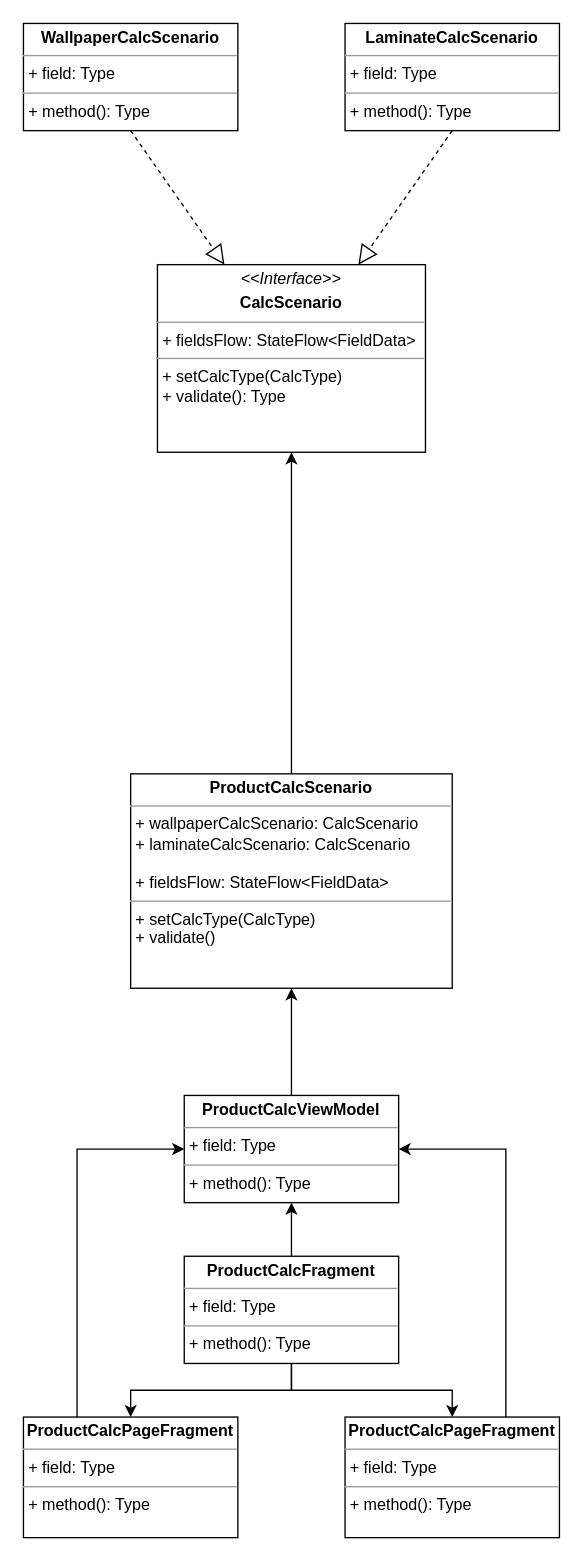
Before: Калькуляторы товара.drawio in ShiryaevNikolay/diagrams, a draw.io diagram. Source tidied: cells renumbered, new cells numbered last; positions are measured from the earlier drawing's top-left corner, leaving out a move shared by most shapes. Both pictures are drawn from the tidied source at 134%, with x=0, y=0 at pixel (23, 23).
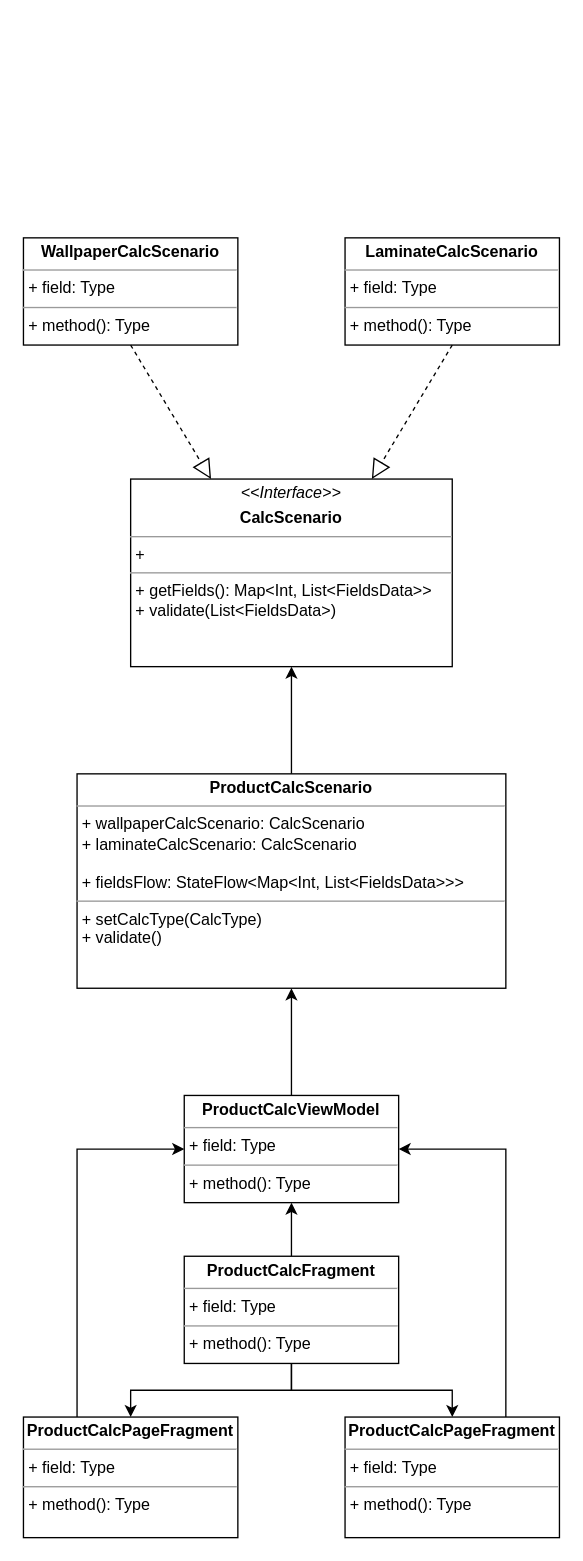
After the change.

Diff of the diagram source:
```diff
@@
 <mxGraphModel>
   <root>
     <mxCell id="0" />
     <mxCell id="1" parent="0" />
     <mxCell id="2" style="edgeStyle=orthogonalEdgeStyle;rounded=0;jettySize=auto;html=1;entryX=0.5;entryY=1;entryDx=0;entryDy=0;" parent="1" edge="1" source="3" target="5">
       <mxGeometry relative="1" as="geometry" />
     </mxCell>
     <mxCell id="3" value="&lt;p style=&quot;margin:0px;margin-top:4px;text-align:center;&quot;&gt;&lt;b&gt;ProductCalcViewModel&lt;/b&gt;&lt;/p&gt;&lt;hr size=&quot;1&quot;&gt;&lt;p style=&quot;margin:0px;margin-left:4px;&quot;&gt;+ field: Type&lt;/p&gt;&lt;hr size=&quot;1&quot;&gt;&lt;p style=&quot;margin:0px;margin-left:4px;&quot;&gt;+ method(): Type&lt;/p&gt;" style="verticalAlign=top;align=left;overflow=fill;fontSize=12;fontFamily=Helvetica;html=1;whiteSpace=wrap;" parent="1" vertex="1">
       <mxGeometry x="120" y="800" width="160" height="80" as="geometry" />
     </mxCell>
     <mxCell id="4" style="edgeStyle=orthogonalEdgeStyle;rounded=0;jettySize=auto;html=1;entryX=0.5;entryY=1;entryDx=0;entryDy=0;" parent="1" edge="1" source="5" target="6">
       <mxGeometry relative="1" as="geometry" />
     </mxCell>
-    <mxCell id="5" value="&lt;p style=&quot;margin:0px;margin-top:4px;text-align:center;&quot;&gt;&lt;b&gt;ProductCalcScenario&lt;/b&gt;&lt;/p&gt;&lt;hr size=&quot;1&quot;&gt;&lt;p style=&quot;margin:0px;margin-left:4px;&quot;&gt;+ wallpaperCalcScenario: CalcScenario&lt;/p&gt;&lt;p style=&quot;margin:0px;margin-left:4px;&quot;&gt;+ laminateCalcScenario: CalcScenario&lt;/p&gt;&lt;p style=&quot;margin:0px;margin-left:4px;&quot;&gt;&lt;br&gt;&lt;/p&gt;&lt;p style=&quot;margin:0px;margin-left:4px;&quot;&gt;+ fieldsFlow: StateFlow&amp;lt;FieldData&amp;gt;&lt;/p&gt;&lt;hr size=&quot;1&quot;&gt;&lt;p style=&quot;margin:0px;margin-left:4px;&quot;&gt;+ setCalcType(CalcType)&lt;/p&gt;&lt;p style=&quot;margin:0px;margin-left:4px;&quot;&gt;+ validate()&lt;br&gt;&lt;/p&gt;" style="verticalAlign=top;align=left;overflow=fill;fontSize=12;fontFamily=Helvetica;html=1;whiteSpace=wrap;" parent="1" vertex="1">
-      <mxGeometry x="80" y="560" width="240" height="160" as="geometry" />
+    <mxCell id="5" value="&lt;p style=&quot;margin:0px;margin-top:4px;text-align:center;&quot;&gt;&lt;b&gt;ProductCalcScenario&lt;/b&gt;&lt;/p&gt;&lt;hr size=&quot;1&quot;&gt;&lt;p style=&quot;margin:0px;margin-left:4px;&quot;&gt;+ wallpaperCalcScenario: CalcScenario&lt;/p&gt;&lt;p style=&quot;margin:0px;margin-left:4px;&quot;&gt;+ laminateCalcScenario: CalcScenario&lt;/p&gt;&lt;p style=&quot;margin:0px;margin-left:4px;&quot;&gt;&lt;br&gt;&lt;/p&gt;&lt;p style=&quot;margin:0px;margin-left:4px;&quot;&gt;+ fieldsFlow: StateFlow&amp;lt;Map&amp;lt;Int, List&amp;lt;FieldsData&amp;gt;&amp;gt;&amp;gt;&lt;/p&gt;&lt;hr size=&quot;1&quot;&gt;&lt;p style=&quot;margin:0px;margin-left:4px;&quot;&gt;+ setCalcType(CalcType)&lt;/p&gt;&lt;p style=&quot;margin:0px;margin-left:4px;&quot;&gt;+ validate()&lt;br&gt;&lt;/p&gt;" style="verticalAlign=top;align=left;overflow=fill;fontSize=12;fontFamily=Helvetica;html=1;whiteSpace=wrap;" parent="1" vertex="1">
+      <mxGeometry x="40" y="560" width="320" height="160" as="geometry" />
     </mxCell>
-    <mxCell id="6" value="&lt;p style=&quot;margin:0px;margin-top:4px;text-align:center;&quot;&gt;&lt;i&gt;&amp;lt;&amp;lt;Interface&amp;gt;&amp;gt;&lt;/i&gt;&lt;/p&gt;&lt;p style=&quot;margin:0px;margin-top:4px;text-align:center;&quot;&gt;&lt;b&gt;CalcScenario&lt;/b&gt;&lt;br&gt;&lt;/p&gt;&lt;hr size=&quot;1&quot;&gt;&lt;p style=&quot;margin:0px;margin-left:4px;&quot;&gt;+ fieldsFlow: StateFlow&amp;lt;FieldData&amp;gt;&lt;br&gt;&lt;/p&gt;&lt;hr size=&quot;1&quot;&gt;&lt;p style=&quot;margin:0px;margin-left:4px;&quot;&gt;+ setCalcType(CalcType)&lt;br&gt;+ validate(): Type&lt;/p&gt;" style="verticalAlign=top;align=left;overflow=fill;fontSize=12;fontFamily=Helvetica;html=1;whiteSpace=wrap;" parent="1" vertex="1">
-      <mxGeometry x="100" y="180" width="200" height="140" as="geometry" />
+    <mxCell id="6" value="&lt;p style=&quot;margin:0px;margin-top:4px;text-align:center;&quot;&gt;&lt;i&gt;&amp;lt;&amp;lt;Interface&amp;gt;&amp;gt;&lt;/i&gt;&lt;/p&gt;&lt;p style=&quot;margin:0px;margin-top:4px;text-align:center;&quot;&gt;&lt;b&gt;CalcScenario&lt;/b&gt;&lt;br&gt;&lt;/p&gt;&lt;hr size=&quot;1&quot;&gt;&lt;p style=&quot;margin:0px;margin-left:4px;&quot;&gt;+ &lt;br&gt;&lt;/p&gt;&lt;hr size=&quot;1&quot;&gt;&lt;p style=&quot;margin:0px;margin-left:4px;&quot;&gt;+ getFields(): Map&amp;lt;Int, List&amp;lt;FieldsData&amp;gt;&amp;gt;&lt;/p&gt;&lt;p style=&quot;margin:0px;margin-left:4px;&quot;&gt;+ validate(List&amp;lt;FieldsData&amp;gt;)&lt;br&gt;&lt;/p&gt;" style="verticalAlign=top;align=left;overflow=fill;fontSize=12;fontFamily=Helvetica;html=1;whiteSpace=wrap;" parent="1" vertex="1">
+      <mxGeometry x="80" y="340" width="240" height="140" as="geometry" />
     </mxCell>
     <mxCell id="7" style="edgeStyle=orthogonalEdgeStyle;rounded=0;jettySize=auto;html=1;entryX=0.5;entryY=0;entryDx=0;entryDy=0;" parent="1" edge="1" source="10" target="12">
       <mxGeometry relative="1" as="geometry" />
     </mxCell>
     <mxCell id="8" style="edgeStyle=orthogonalEdgeStyle;rounded=0;jettySize=auto;html=1;entryX=0.5;entryY=0;entryDx=0;entryDy=0;" parent="1" edge="1" source="10" target="14">
       <mxGeometry relative="1" as="geometry" />
     </mxCell>
     <mxCell id="9" style="edgeStyle=orthogonalEdgeStyle;rounded=0;jettySize=auto;html=1;entryX=0.5;entryY=1;entryDx=0;entryDy=0;" parent="1" edge="1" source="10" target="3">
       <mxGeometry relative="1" as="geometry" />
     </mxCell>
     <mxCell id="10" value="&lt;p style=&quot;margin:0px;margin-top:4px;text-align:center;&quot;&gt;&lt;b&gt;ProductCalcFragment&lt;/b&gt;&lt;/p&gt;&lt;hr size=&quot;1&quot;&gt;&lt;p style=&quot;margin:0px;margin-left:4px;&quot;&gt;+ field: Type&lt;/p&gt;&lt;hr size=&quot;1&quot;&gt;&lt;p style=&quot;margin:0px;margin-left:4px;&quot;&gt;+ method(): Type&lt;/p&gt;" style="verticalAlign=top;align=left;overflow=fill;fontSize=12;fontFamily=Helvetica;html=1;whiteSpace=wrap;" parent="1" vertex="1">
       <mxGeometry x="120" y="920" width="160" height="80" as="geometry" />
     </mxCell>
     <mxCell id="11" style="edgeStyle=orthogonalEdgeStyle;rounded=0;jettySize=auto;html=1;exitX=0.25;exitY=0;exitDx=0;exitDy=0;entryX=0;entryY=0.5;entryDx=0;entryDy=0;" parent="1" edge="1" source="12" target="3">
       <mxGeometry relative="1" as="geometry" />
     </mxCell>
     <mxCell id="12" value="&lt;p style=&quot;margin:0px;margin-top:4px;text-align:center;&quot;&gt;&lt;b&gt;ProductCalcPageFragment&lt;/b&gt;&lt;/p&gt;&lt;hr size=&quot;1&quot;&gt;&lt;p style=&quot;margin:0px;margin-left:4px;&quot;&gt;+ field: Type&lt;/p&gt;&lt;hr size=&quot;1&quot;&gt;&lt;p style=&quot;margin:0px;margin-left:4px;&quot;&gt;+ method(): Type&lt;/p&gt;" style="verticalAlign=top;align=left;overflow=fill;fontSize=12;fontFamily=Helvetica;html=1;whiteSpace=wrap;" parent="1" vertex="1">
       <mxGeometry y="1040" width="160" height="90" as="geometry" />
     </mxCell>
     <mxCell id="13" style="edgeStyle=orthogonalEdgeStyle;rounded=0;jettySize=auto;html=1;exitX=0.75;exitY=0;exitDx=0;exitDy=0;entryX=1;entryY=0.5;entryDx=0;entryDy=0;" parent="1" edge="1" source="14" target="3">
       <mxGeometry relative="1" as="geometry" />
     </mxCell>
     <mxCell id="14" value="&lt;p style=&quot;margin:0px;margin-top:4px;text-align:center;&quot;&gt;&lt;b&gt;ProductCalcPageFragment&lt;/b&gt;&lt;/p&gt;&lt;hr size=&quot;1&quot;&gt;&lt;p style=&quot;margin:0px;margin-left:4px;&quot;&gt;+ field: Type&lt;/p&gt;&lt;hr size=&quot;1&quot;&gt;&lt;p style=&quot;margin:0px;margin-left:4px;&quot;&gt;+ method(): Type&lt;/p&gt;" style="verticalAlign=top;align=left;overflow=fill;fontSize=12;fontFamily=Helvetica;html=1;whiteSpace=wrap;" parent="1" vertex="1">
       <mxGeometry x="240" y="1040" width="160" height="90" as="geometry" />
     </mxCell>
     <mxCell id="15" value="&lt;p style=&quot;margin:0px;margin-top:4px;text-align:center;&quot;&gt;&lt;b&gt;WallpaperCalcScenario&lt;/b&gt;&lt;/p&gt;&lt;hr size=&quot;1&quot;&gt;&lt;p style=&quot;margin:0px;margin-left:4px;&quot;&gt;+ field: Type&lt;/p&gt;&lt;hr size=&quot;1&quot;&gt;&lt;p style=&quot;margin:0px;margin-left:4px;&quot;&gt;+ method(): Type&lt;/p&gt;" style="verticalAlign=top;align=left;overflow=fill;fontSize=12;fontFamily=Helvetica;html=1;whiteSpace=wrap;" parent="1" vertex="1">
-      <mxGeometry width="160" height="80" as="geometry" />
+      <mxGeometry y="160" width="160" height="80" as="geometry" />
     </mxCell>
     <mxCell id="16" value="&lt;p style=&quot;margin:0px;margin-top:4px;text-align:center;&quot;&gt;&lt;b&gt;LaminateCalcScenario&lt;/b&gt;&lt;/p&gt;&lt;hr size=&quot;1&quot;&gt;&lt;p style=&quot;margin:0px;margin-left:4px;&quot;&gt;+ field: Type&lt;/p&gt;&lt;hr size=&quot;1&quot;&gt;&lt;p style=&quot;margin:0px;margin-left:4px;&quot;&gt;+ method(): Type&lt;/p&gt;" style="verticalAlign=top;align=left;overflow=fill;fontSize=12;fontFamily=Helvetica;html=1;whiteSpace=wrap;" parent="1" vertex="1">
-      <mxGeometry x="240" width="160" height="80" as="geometry" />
+      <mxGeometry x="240" y="160" width="160" height="80" as="geometry" />
     </mxCell>
     <mxCell id="17" style="endArrow=block;dashed=1;endFill=0;endSize=12;html=1;rounded=0;exitX=0.5;exitY=1;exitDx=0;exitDy=0;entryX=0.25;entryY=0;entryDx=0;entryDy=0;" parent="1" edge="1" source="15" target="6">
       <mxGeometry relative="1" as="geometry" />
     </mxCell>
     <mxCell id="18" style="endArrow=block;dashed=1;endFill=0;endSize=12;html=1;rounded=0;exitX=0.5;exitY=1;exitDx=0;exitDy=0;entryX=0.75;entryY=0;entryDx=0;entryDy=0;" parent="1" edge="1" source="16" target="6">
       <mxGeometry relative="1" as="geometry" />
     </mxCell>
   </root>
 </mxGraphModel>
```
